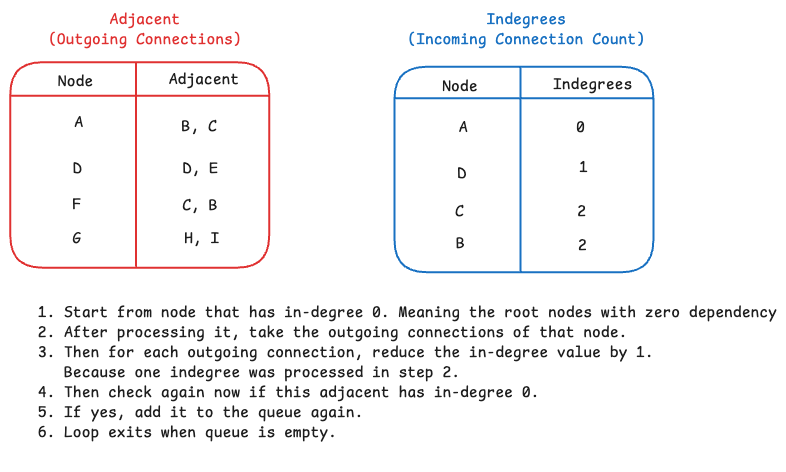
This is static/img/algorithms-topologicalsort-kahn.excalidraw.png from swaroopar/inprogress-engineer, a Excalidraw export, as it was before one commit. Source tidied: one line per element, renumbered; positions are measured from the earlier drawing's top-left corner, leaving out a move shared by most shapes.
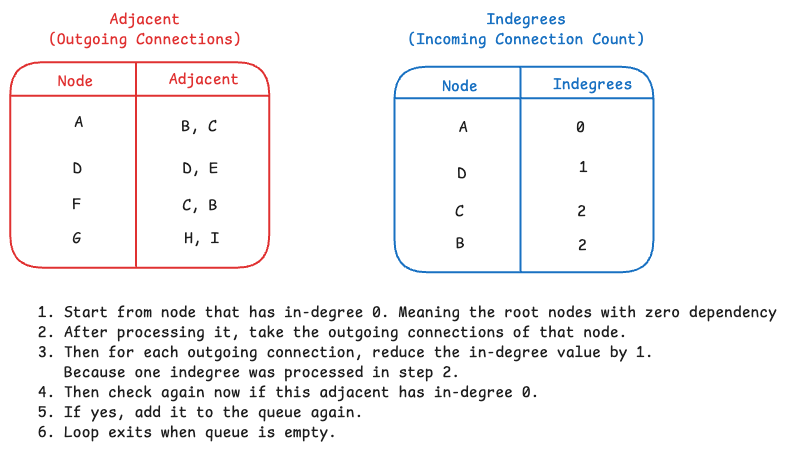
After the commit.

Diff of the diagram source:
```diff
@@ -1,7 +1,7 @@
 {"id": 0, "type": "rectangle", "strokeColor": "#e03131", "strokeWidth": 2, "roughness": 0, "round": true, "x": 0, "y": 52, "width": 259, "height": 205}
 {"id": 1, "type": "line", "strokeColor": "#e03131", "strokeWidth": 2, "roughness": 0, "round": true, "x": 126, "y": 53, "width": 0, "height": 204, "points": [[0, 0], [0, 204]]}
-{"id": 2, "type": "text", "text": "Node", "strokeColor": "#1e1e1e", "strokeWidth": 1, "roughness": 0, "fontSize": 16, "fontFamily": 8, "x": 48, "y": 62, "width": 35, "height": 20}
+{"id": 2, "type": "text", "text": "Node", "strokeColor": "#e03131", "strokeWidth": 1, "roughness": 0, "fontSize": 16, "fontFamily": 8, "x": 48, "y": 62, "width": 35, "height": 20}
-{"id": 3, "type": "text", "text": "Adjacent", "strokeColor": "#1e1e1e", "strokeWidth": 1, "roughness": 0, "fontSize": 16, "fontFamily": 8, "x": 159, "y": 60, "width": 70, "height": 20}
+{"id": 3, "type": "text", "text": "Adjacent", "strokeColor": "#e03131", "strokeWidth": 1, "roughness": 0, "fontSize": 16, "fontFamily": 8, "x": 159, "y": 60, "width": 70, "height": 20}
 {"id": 4, "type": "text", "text": "A", "strokeColor": "#1e1e1e", "strokeWidth": 1, "roughness": 0, "fontSize": 16, "fontFamily": 8, "x": 64, "y": 103, "width": 9, "height": 20}
 {"id": 5, "type": "text", "text": "B, C", "strokeColor": "#1e1e1e", "strokeWidth": 1, "roughness": 0, "fontSize": 16, "fontFamily": 8, "x": 172, "y": 107, "width": 35, "height": 20}
 {"id": 6, "type": "text", "text": "D", "strokeColor": "#1e1e1e", "strokeWidth": 1, "roughness": 0, "fontSize": 16, "fontFamily": 8, "x": 63, "y": 149, "width": 9, "height": 20}
@@ -10,8 +10,8 @@
 {"id": 9, "type": "text", "text": "Indegrees\n(Incoming Connection Count)", "strokeColor": "#1971c2", "strokeWidth": 1, "roughness": 0, "fontSize": 16, "fontFamily": 8, "textAlign": "center", "x": 397, "y": 0, "width": 238, "height": 40}
 {"id": 10, "type": "rectangle", "strokeColor": "#1971c2", "strokeWidth": 2, "roughness": 0, "round": true, "x": 385, "y": 57, "width": 259, "height": 205}
 {"id": 11, "type": "line", "strokeColor": "#1971c2", "strokeWidth": 2, "roughness": 0, "round": true, "x": 510, "y": 58, "width": 0, "height": 204, "points": [[0, 0], [0, 204]]}
-{"id": 12, "type": "text", "text": "Node", "strokeColor": "#1e1e1e", "strokeWidth": 1, "roughness": 0, "fontSize": 16, "fontFamily": 8, "x": 432, "y": 67, "width": 35, "height": 20}
+{"id": 12, "type": "text", "text": "Node", "strokeColor": "#1971c2", "strokeWidth": 1, "roughness": 0, "fontSize": 16, "fontFamily": 8, "x": 432, "y": 67, "width": 35, "height": 20}
-{"id": 13, "type": "text", "text": "Indegrees", "strokeColor": "#1e1e1e", "strokeWidth": 1, "roughness": 0, "fontSize": 16, "fontFamily": 8, "x": 543, "y": 65, "width": 79, "height": 20}
+{"id": 13, "type": "text", "text": "Indegrees", "strokeColor": "#1971c2", "strokeWidth": 1, "roughness": 0, "fontSize": 16, "fontFamily": 8, "x": 543, "y": 65, "width": 79, "height": 20}
 {"id": 14, "type": "text", "text": "A", "strokeColor": "#1e1e1e", "strokeWidth": 1, "roughness": 0, "fontSize": 16, "fontFamily": 8, "x": 449, "y": 108, "width": 9, "height": 20}
 {"id": 15, "type": "text", "text": "D", "strokeColor": "#1e1e1e", "strokeWidth": 1, "roughness": 0, "fontSize": 16, "fontFamily": 8, "x": 447, "y": 154, "width": 9, "height": 20}
 {"id": 16, "type": "text", "text": "1", "strokeColor": "#1e1e1e", "strokeWidth": 1, "roughness": 0, "fontSize": 16, "fontFamily": 8, "x": 569, "y": 148, "width": 9, "height": 20}
```
